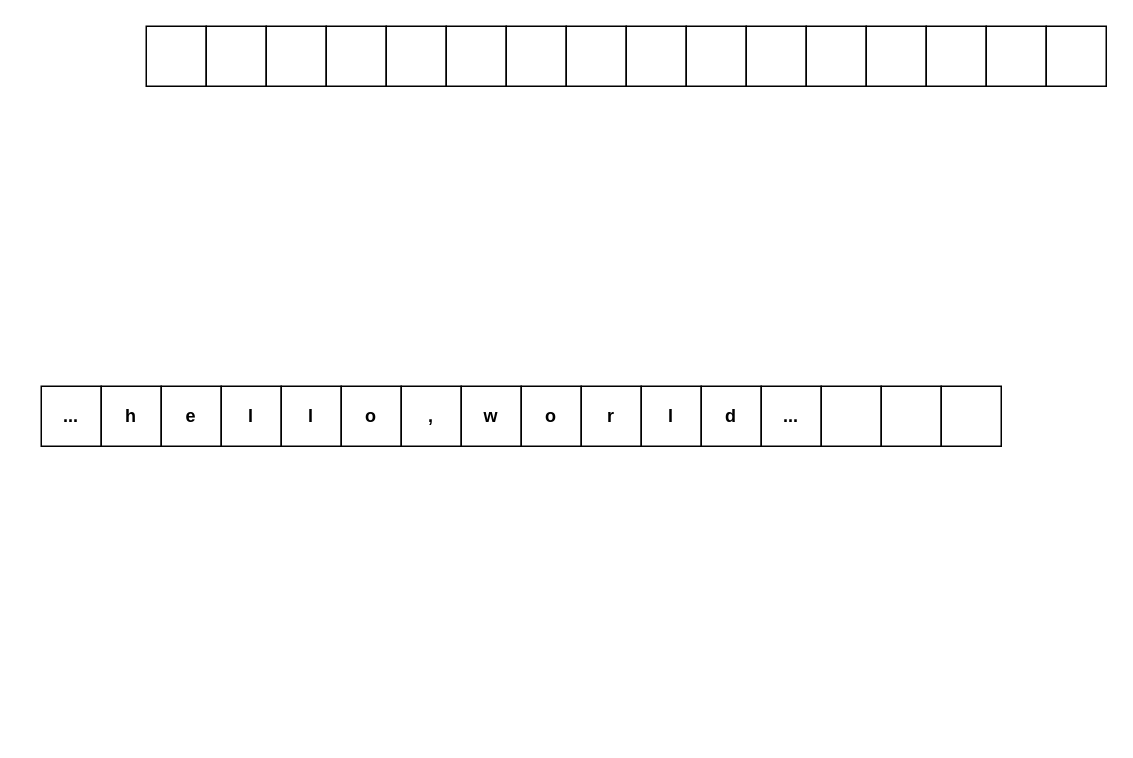
Above: go_basic.drawio in walkerdu/draw_io (draw.io), before the change. Source tidied: cells renumbered, new cells numbered last; positions are measured from the earlier drawing's top-left corner, leaving out a move shared by most shapes. Both pictures are drawn from the tidied source at 150%, with x=0, y=0 at pixel (40, 26).
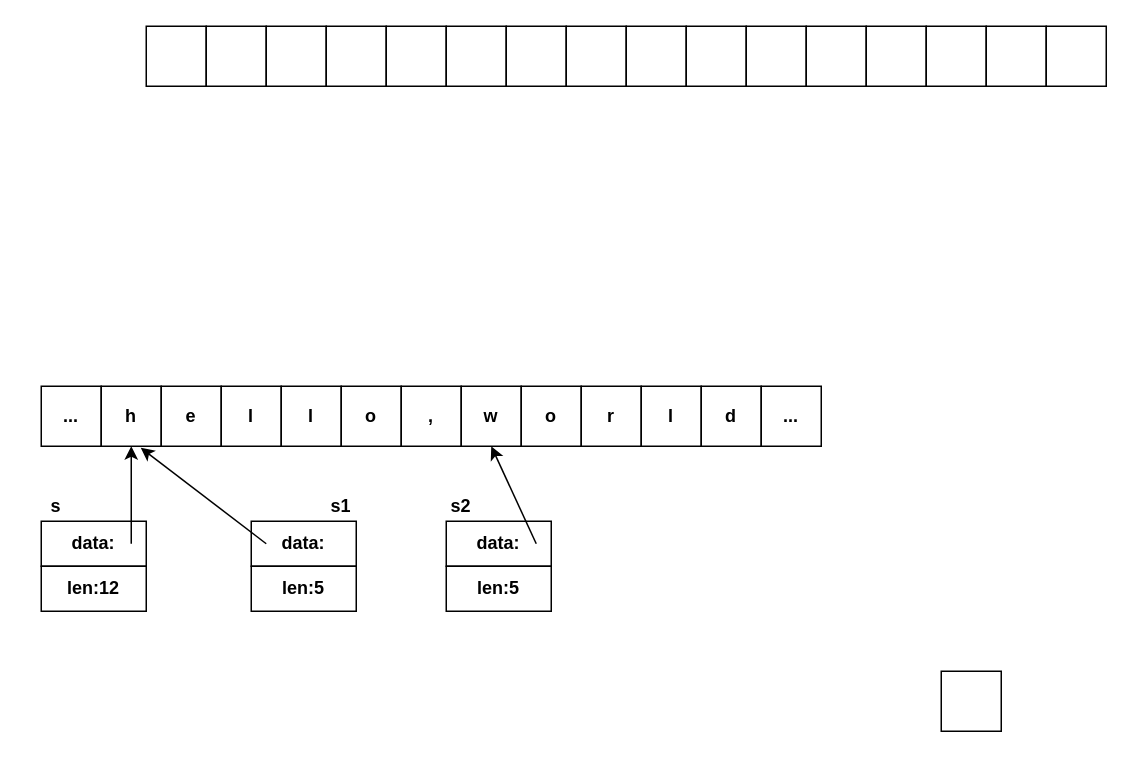
After the change.

The change refers to these unchanged cells:
```xml
<mxCell id="19" value="&lt;span&gt;h&lt;/span&gt;" style="rounded=0;whiteSpace=wrap;html=1;fontStyle=1;" parent="1" vertex="1">
  <mxGeometry x="40" y="240" width="40" height="40" as="geometry" />
</mxCell>
<mxCell id="25" value="w" style="rounded=0;whiteSpace=wrap;html=1;fontStyle=1;" parent="1" vertex="1">
  <mxGeometry x="280" y="240" width="40" height="40" as="geometry" />
</mxCell>
```

Change to the diagram source:
```diff
@@
+    <mxCell id="33" style="rounded=0;whiteSpace=wrap;html=1;" parent="1" vertex="1">
+      <mxGeometry x="600" y="430" width="40" height="40" as="geometry" />
+    </mxCell>
+    <mxCell id="34" style="group;" parent="1" vertex="1">
+      <mxGeometry y="330" width="70" height="60" as="geometry" />
+    </mxCell>
-    <mxCell id="31" style="rounded=0;whiteSpace=wrap;html=1;fontStyle=1;" parent="1" vertex="1">
-      <mxGeometry x="520" y="240" width="40" height="40" as="geometry" />
+    <mxCell id="31" value="data:" style="rounded=0;whiteSpace=wrap;html=1;fontStyle=1;" parent="34" vertex="1">
+      <mxGeometry width="70" height="30" as="geometry" />
     </mxCell>
-    <mxCell id="32" style="rounded=0;whiteSpace=wrap;html=1;fontStyle=1;" parent="1" vertex="1">
-      <mxGeometry x="560" y="240" width="40" height="40" as="geometry" />
+    <mxCell id="32" value="len:12" style="rounded=0;whiteSpace=wrap;html=1;fontStyle=1;" parent="34" vertex="1">
+      <mxGeometry y="30" width="70" height="30" as="geometry" />
     </mxCell>
-    <mxCell id="33" style="rounded=0;whiteSpace=wrap;html=1;" parent="1" vertex="1">
-      <mxGeometry x="600" y="240" width="40" height="40" as="geometry" />
-    </mxCell>
+    <mxCell id="35" value="&lt;b&gt;s&lt;/b&gt;" style="text;html=1;strokeColor=none;fillColor=none;align=center;verticalAlign=middle;whiteSpace=wrap;rounded=0;" parent="1" vertex="1">
+      <mxGeometry x="-10" y="310" width="40" height="20" as="geometry" />
+    </mxCell>
+    <mxCell id="36" style="endArrow=classic;html=1;entryX=0.5;entryY=1;entryDx=0;entryDy=0;noJump=1;anchorPointDirection=0;" parent="1" edge="1" target="19">
+      <mxGeometry relative="1" as="geometry">
+        <mxPoint x="60" y="345" as="sourcePoint" />
+      </mxGeometry>
+    </mxCell>
+    <mxCell id="37" style="group;" parent="1" vertex="1">
+      <mxGeometry x="140" y="330" width="70" height="60" as="geometry" />
+    </mxCell>
+    <mxCell id="38" value="data:" style="rounded=0;whiteSpace=wrap;html=1;fontStyle=1;" parent="37" vertex="1">
+      <mxGeometry width="70" height="30" as="geometry" />
+    </mxCell>
+    <mxCell id="39" value="len:5" style="rounded=0;whiteSpace=wrap;html=1;fontStyle=1;" parent="37" vertex="1">
+      <mxGeometry y="30" width="70" height="30" as="geometry" />
+    </mxCell>
+    <mxCell id="40" value="&lt;b&gt;s1&lt;/b&gt;" style="text;html=1;strokeColor=none;fillColor=none;align=center;verticalAlign=middle;whiteSpace=wrap;rounded=0;" parent="1" vertex="1">
+      <mxGeometry x="180" y="310" width="40" height="20" as="geometry" />
+    </mxCell>
+    <mxCell id="41" style="endArrow=classic;html=1;entryX=0.658;entryY=1.025;entryDx=0;entryDy=0;noJump=1;anchorPointDirection=0;entryPerimeter=0;startFill=1;endFill=1;" parent="1" edge="1" target="19">
+      <mxGeometry relative="1" as="geometry">
+        <mxPoint x="150" y="345" as="sourcePoint" />
+      </mxGeometry>
+    </mxCell>
+    <mxCell id="42" style="group;" parent="1" vertex="1">
+      <mxGeometry x="270" y="330" width="70" height="60" as="geometry" />
+    </mxCell>
+    <mxCell id="43" value="data:" style="rounded=0;whiteSpace=wrap;html=1;fontStyle=1;" parent="42" vertex="1">
+      <mxGeometry width="70" height="30" as="geometry" />
+    </mxCell>
+    <mxCell id="44" value="len:5" style="rounded=0;whiteSpace=wrap;html=1;fontStyle=1;" parent="42" vertex="1">
+      <mxGeometry y="30" width="70" height="30" as="geometry" />
+    </mxCell>
+    <mxCell id="45" value="&lt;b&gt;s2&lt;/b&gt;" style="text;html=1;strokeColor=none;fillColor=none;align=center;verticalAlign=middle;whiteSpace=wrap;rounded=0;" parent="1" vertex="1">
+      <mxGeometry x="260" y="310" width="40" height="20" as="geometry" />
+    </mxCell>
+    <mxCell id="46" style="endArrow=classic;html=1;entryX=0.5;entryY=1;entryDx=0;entryDy=0;" parent="1" edge="1" target="25">
+      <mxGeometry relative="1" as="geometry">
+        <mxPoint x="330" y="345" as="sourcePoint" />
+      </mxGeometry>
+    </mxCell>
```
